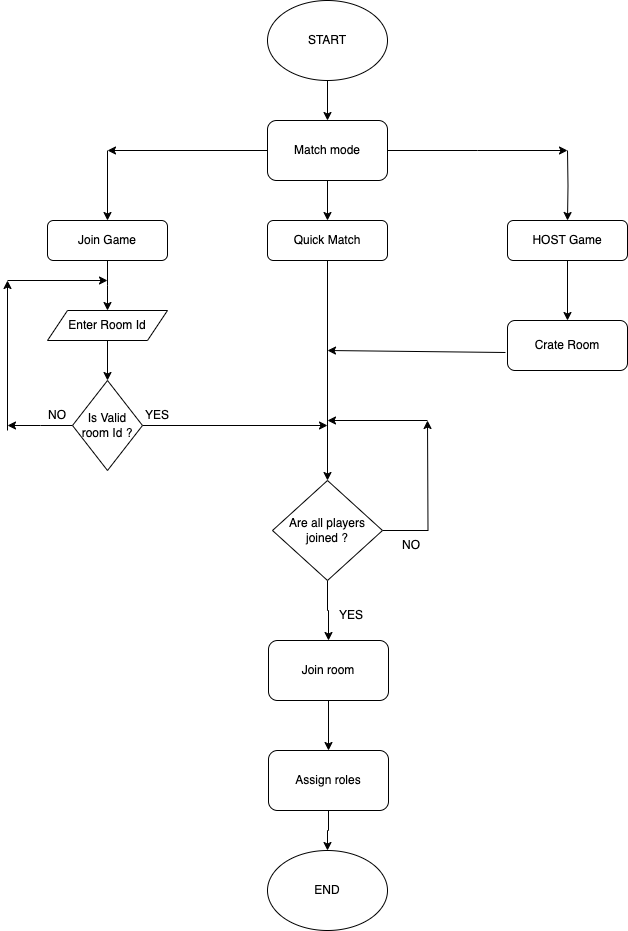
Earlier version of the draw.io export start-menu.drawio.png (garimiddisuman/project). Source tidied: cells renumbered, new cells last; positions are measured from the earlier drawing's top-left corner, leaving out a move shared by most shapes.
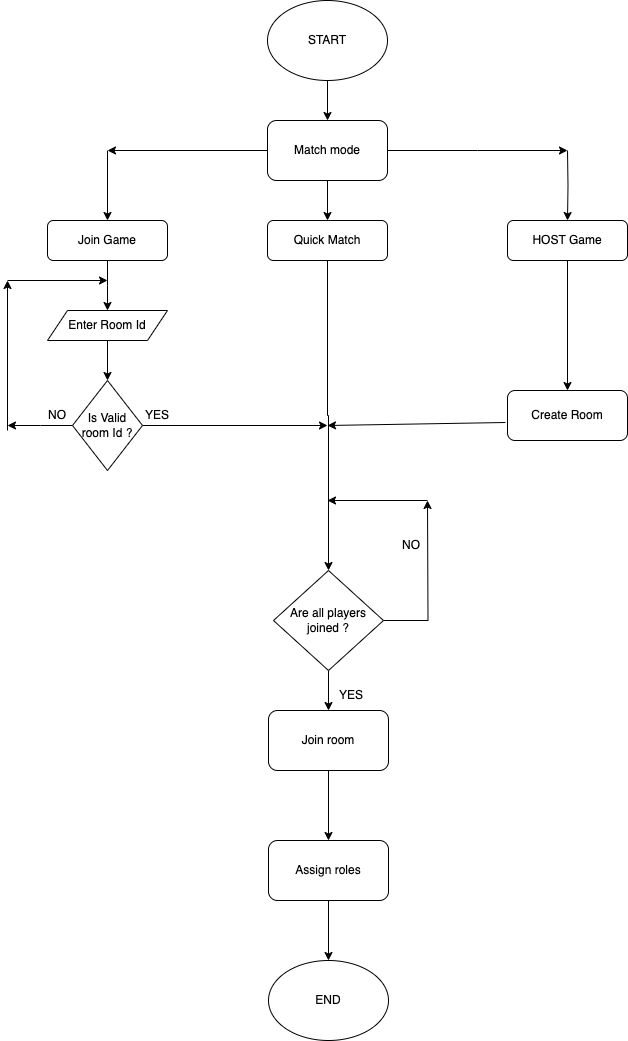
After the commit.

What changed in the source:
```diff
@@ -30,31 +30,31 @@
     <mxCell id="9" value="Quick Match" style="rounded=1;whiteSpace=wrap;html=1;" parent="1" vertex="1">
       <mxGeometry x="260" y="220" width="120" height="40" as="geometry" />
     </mxCell>
+    <mxCell id="11" style="edgeStyle=orthogonalEdgeStyle;rounded=0;jettySize=auto;html=1;exitX=1;exitY=0.5;exitDx=0;exitDy=0;" parent="1" edge="1" source="12">
+      <mxGeometry relative="1" as="geometry">
+        <mxPoint x="420" y="500" as="targetPoint" />
+      </mxGeometry>
+    </mxCell>
-    <mxCell id="10" style="edgeStyle=orthogonalEdgeStyle;rounded=0;jettySize=auto;html=1;exitX=0.5;exitY=1;exitDx=0;exitDy=0;entryX=0.5;entryY=0;entryDx=0;entryDy=0;" parent="1" edge="1" source="12" target="14">
+    <mxCell id="10" style="edgeStyle=orthogonalEdgeStyle;rounded=0;jettySize=auto;html=1;entryX=0.5;entryY=0;entryDx=0;entryDy=0;" parent="1" edge="1" source="12" target="14">
       <mxGeometry relative="1" as="geometry" />
     </mxCell>
-    <mxCell id="11" style="edgeStyle=orthogonalEdgeStyle;rounded=0;jettySize=auto;html=1;exitX=1;exitY=0.5;exitDx=0;exitDy=0;" parent="1" edge="1" source="12">
-      <mxGeometry relative="1" as="geometry">
-        <mxPoint x="420" y="420" as="targetPoint" />
-      </mxGeometry>
-    </mxCell>
     <mxCell id="12" value="Are all players joined ?" style="rhombus;whiteSpace=wrap;html=1;" parent="1" vertex="1">
-      <mxGeometry x="265" y="480" width="110" height="100" as="geometry" />
+      <mxGeometry x="266" y="570" width="110" height="100" as="geometry" />
     </mxCell>
     <mxCell id="13" style="edgeStyle=orthogonalEdgeStyle;rounded=0;jettySize=auto;html=1;exitX=0.5;exitY=1;exitDx=0;exitDy=0;entryX=0.5;entryY=0;entryDx=0;entryDy=0;" parent="1" edge="1" source="14" target="16">
       <mxGeometry relative="1" as="geometry" />
     </mxCell>
     <mxCell id="14" value="Join room" style="rounded=1;whiteSpace=wrap;html=1;" parent="1" vertex="1">
-      <mxGeometry x="261" y="640" width="120" height="60" as="geometry" />
+      <mxGeometry x="261" y="710" width="120" height="60" as="geometry" />
     </mxCell>
     <mxCell id="15" style="edgeStyle=orthogonalEdgeStyle;rounded=0;jettySize=auto;html=1;exitX=0.5;exitY=1;exitDx=0;exitDy=0;entryX=0.5;entryY=0;entryDx=0;entryDy=0;" parent="1" edge="1" source="16" target="17">
       <mxGeometry relative="1" as="geometry" />
     </mxCell>
     <mxCell id="16" value="Assign roles" style="rounded=1;whiteSpace=wrap;html=1;" parent="1" vertex="1">
-      <mxGeometry x="261" y="750" width="120" height="60" as="geometry" />
+      <mxGeometry x="261" y="840" width="120" height="60" as="geometry" />
     </mxCell>
     <mxCell id="17" value="END" style="ellipse;whiteSpace=wrap;html=1;" parent="1" vertex="1">
-      <mxGeometry x="260" y="850" width="120" height="80" as="geometry" />
+      <mxGeometry x="261" y="960" width="120" height="80" as="geometry" />
     </mxCell>
     <mxCell id="18" style="edgeStyle=orthogonalEdgeStyle;rounded=0;jettySize=auto;html=1;entryX=0.5;entryY=0;entryDx=0;entryDy=0;" parent="1" edge="1" target="21">
       <mxGeometry relative="1" as="geometry">
@@ -62,7 +62,7 @@
       </mxGeometry>
     </mxCell>
     <mxCell id="19" value="YES" style="text;html=1;align=center;verticalAlign=middle;whiteSpace=wrap;rounded=0;" parent="1" vertex="1">
-      <mxGeometry x="314" y="600" width="60" height="30" as="geometry" />
+      <mxGeometry x="314" y="680" width="60" height="30" as="geometry" />
     </mxCell>
     <mxCell id="20" style="edgeStyle=orthogonalEdgeStyle;rounded=0;jettySize=auto;html=1;exitX=0.5;exitY=1;exitDx=0;exitDy=0;entryX=0.5;entryY=0;entryDx=0;entryDy=0;" parent="1" edge="1" source="21" target="22">
       <mxGeometry relative="1" as="geometry" />
@@ -70,13 +70,13 @@
     <mxCell id="21" value="HOST Game" style="rounded=1;whiteSpace=wrap;html=1;" parent="1" vertex="1">
       <mxGeometry x="500" y="220" width="120" height="40" as="geometry" />
     </mxCell>
-    <mxCell id="22" value="Crate Room" style="rounded=1;whiteSpace=wrap;html=1;" parent="1" vertex="1">
-      <mxGeometry x="500" y="320" width="120" height="50" as="geometry" />
+    <mxCell id="22" value="Create Room" style="rounded=1;whiteSpace=wrap;html=1;" parent="1" vertex="1">
+      <mxGeometry x="500" y="390" width="120" height="50" as="geometry" />
     </mxCell>
     <mxCell id="23" style="endArrow=classic;html=1;rounded=0;" parent="1" edge="1">
       <mxGeometry relative="1" as="geometry">
-        <mxPoint x="420" y="420" as="sourcePoint" />
-        <mxPoint x="320" y="420" as="targetPoint" />
+        <mxPoint x="420" y="500" as="sourcePoint" />
+        <mxPoint x="320" y="500" as="targetPoint" />
       </mxGeometry>
     </mxCell>
     <mxCell id="24" value="NO" style="text;html=1;align=center;verticalAlign=middle;whiteSpace=wrap;rounded=0;" parent="1" vertex="1">
@@ -113,7 +113,7 @@
     </mxCell>
     <mxCell id="32" style="endArrow=classic;html=1;rounded=0;exitX=-0.017;exitY=0.64;exitDx=0;exitDy=0;exitPerimeter=0;" parent="1" edge="1" source="22">
       <mxGeometry relative="1" as="geometry">
-        <mxPoint x="320" y="350" as="targetPoint" />
+        <mxPoint x="320" y="425" as="targetPoint" />
       </mxGeometry>
     </mxCell>
     <mxCell id="33" value="YES" style="text;html=1;align=center;verticalAlign=middle;whiteSpace=wrap;rounded=0;" parent="1" vertex="1">
```
